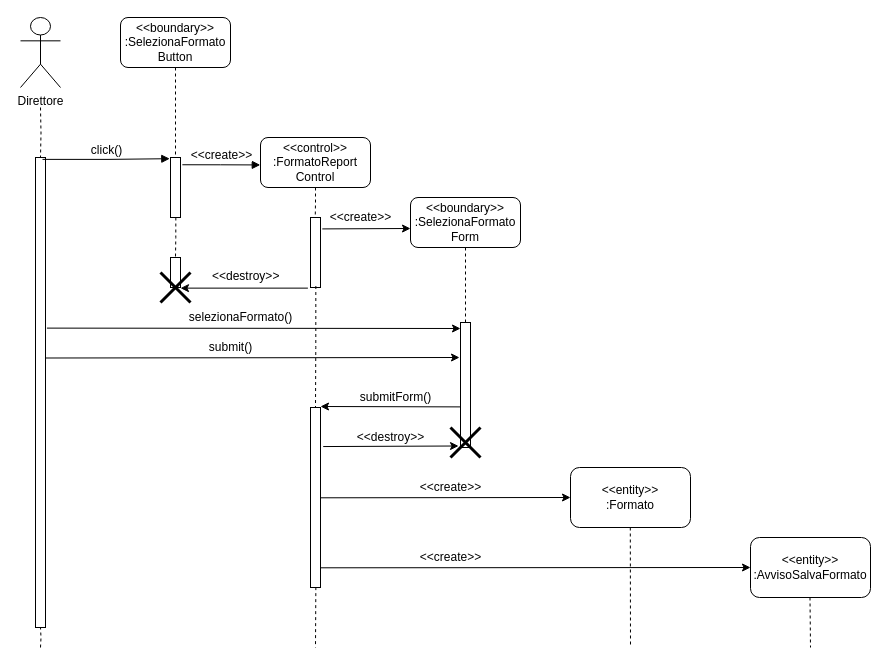
Above: Documentazione/Resources/Sequence Diagram/Sequence Diagram FormatReport.drawio in Alberto-00/EasyPass (draw.io), before the change. Source tidied: cells renumbered, new cells numbered last; positions are measured from the earlier drawing's top-left corner, leaving out a move shared by most shapes. Both pictures are drawn from the tidied source at 100%, with x=0, y=0 at pixel (20, 17).
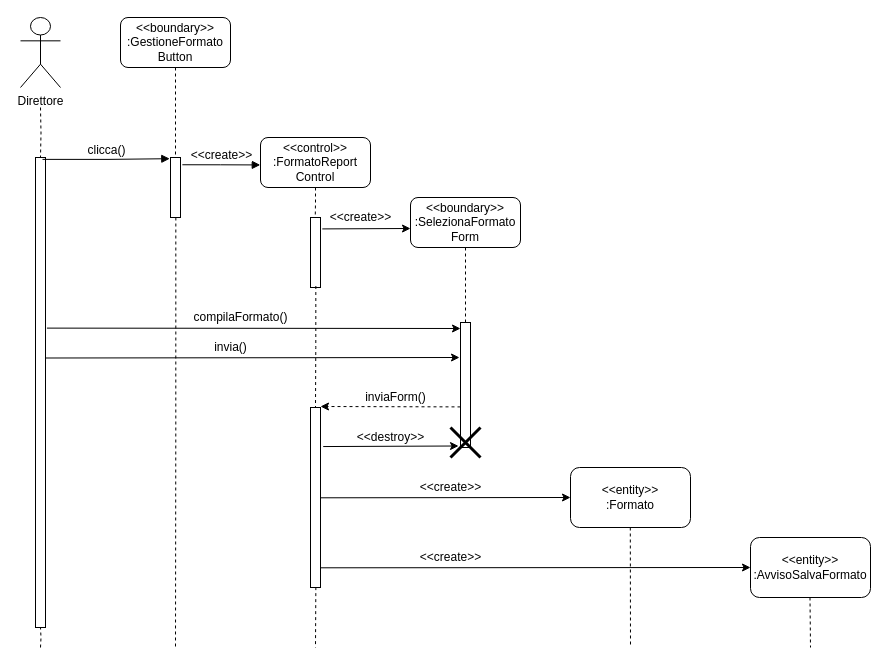
The same diagram, later.

Commit message (it also covers changes not shown here):
Sequence Diagram

Unchanged cells that the change refers to:
```xml
<mxCell id="4" style="html=1;points=[];perimeter=orthogonalPerimeter;" parent="1" vertex="1">
  <mxGeometry x="15" y="140" width="10" height="470" as="geometry" />
</mxCell>
<mxCell id="8" style="html=1;points=[];perimeter=orthogonalPerimeter;" parent="1" vertex="1">
  <mxGeometry x="150" y="140" width="10" height="60" as="geometry" />
</mxCell>
<mxCell id="12" style="html=1;points=[];perimeter=orthogonalPerimeter;" parent="1" vertex="1">
  <mxGeometry x="290" y="200" width="10" height="70" as="geometry" />
</mxCell>
```

Diff of the diagram source:
```diff
@@
-    <mxCell id="5" value="&lt;font style=&quot;font-size: 12px&quot;&gt;click()&lt;/font&gt;" style="html=1;verticalAlign=bottom;endArrow=block;rounded=0;edgeStyle=orthogonalEdgeStyle;entryX=-0.071;entryY=0.02;entryDx=0;entryDy=0;entryPerimeter=0;exitX=0.7;exitY=0.004;exitDx=0;exitDy=0;exitPerimeter=0;" parent="1" edge="1" source="4" target="8">
+    <mxCell id="5" value="&lt;font style=&quot;font-size: 12px&quot;&gt;clicca()&lt;/font&gt;" style="html=1;verticalAlign=bottom;endArrow=block;rounded=0;edgeStyle=orthogonalEdgeStyle;entryX=-0.071;entryY=0.02;entryDx=0;entryDy=0;entryPerimeter=0;exitX=0.7;exitY=0.004;exitDx=0;exitDy=0;exitPerimeter=0;" parent="1" edge="1" source="4" target="8">
       <mxGeometry relative="1" as="geometry" />
     </mxCell>
-    <mxCell id="6" value="&lt;font style=&quot;font-size: 12px&quot;&gt;&amp;lt;&amp;lt;boundary&amp;gt;&amp;gt;&lt;br&gt;:SelezionaFormato&lt;br&gt;Button&lt;/font&gt;" style="rounded=1;whiteSpace=wrap;html=1;" parent="1" vertex="1">
+    <mxCell id="6" value="&lt;font style=&quot;font-size: 12px&quot;&gt;&amp;lt;&amp;lt;boundary&amp;gt;&amp;gt;&lt;br&gt;:GestioneFormato&lt;br&gt;Button&lt;/font&gt;" style="rounded=1;whiteSpace=wrap;html=1;" parent="1" vertex="1">
       <mxGeometry x="100" width="110" height="50" as="geometry" />
     </mxCell>
@@
-    <mxCell id="20" style="html=1;points=[];perimeter=orthogonalPerimeter;" parent="1" vertex="1">
-      <mxGeometry x="150" y="240" width="10" height="30" as="geometry" />
-    </mxCell>
-    <mxCell id="21" style="endArrow=none;dashed=1;html=1;rounded=0;edgeStyle=orthogonalEdgeStyle;exitX=0.533;exitY=1;exitDx=0;exitDy=0;exitPerimeter=0;" parent="1" edge="1" source="8" target="20">
-      <mxGeometry relative="1" as="geometry" />
+    <mxCell id="21" style="endArrow=none;dashed=1;html=1;rounded=0;edgeStyle=orthogonalEdgeStyle;exitX=0.533;exitY=1;exitDx=0;exitDy=0;exitPerimeter=0;" parent="1" edge="1" source="8">
+      <mxGeometry relative="1" as="geometry">
+        <mxPoint x="155" y="630" as="targetPoint" />
+      </mxGeometry>
     </mxCell>
-    <mxCell id="22" style="shape=umlDestroy;whiteSpace=wrap;html=1;strokeWidth=3;" parent="1" vertex="1">
-      <mxGeometry x="140" y="255" width="30" height="30" as="geometry" />
-    </mxCell>
-    <mxCell id="23" style="endArrow=classic;html=1;rounded=0;fontFamily=Helvetica;fontSize=12;exitX=-0.26;exitY=1.009;exitDx=0;exitDy=0;exitPerimeter=0;entryX=0.667;entryY=0.521;entryDx=0;entryDy=0;entryPerimeter=0;" parent="1" edge="1" source="12" target="22">
-      <mxGeometry relative="1" as="geometry" />
-    </mxCell>
-    <mxCell id="24" value="&lt;span style=&quot;color: rgb(0, 0, 0); font-family: helvetica; font-size: 12px; font-style: normal; font-weight: 400; letter-spacing: normal; text-align: center; text-indent: 0px; text-transform: none; word-spacing: 0px; background-color: rgb(255, 255, 255); display: inline; float: none;&quot;&gt;&amp;lt;&amp;lt;destroy&amp;gt;&amp;gt;&lt;/span&gt;" style="text;whiteSpace=wrap;html=1;fontSize=12;fontFamily=Helvetica;" parent="1" vertex="1">
-      <mxGeometry x="190" y="245" width="90" height="30" as="geometry" />
-    </mxCell>
@@
-    <mxCell id="28" value="selezionaFormato()" style="text;html=1;align=center;verticalAlign=middle;strokeColor=none;fillColor=none;fontSize=12;fontFamily=Helvetica;" parent="1" vertex="1">
-      <mxGeometry x="160" y="290" width="120" height="20" as="geometry" />
+    <mxCell id="28" value="compilaFormato()" style="text;html=1;align=center;verticalAlign=middle;strokeColor=none;fillColor=none;fontSize=12;fontFamily=Helvetica;" parent="1" vertex="1">
+      <mxGeometry x="165" y="290" width="110" height="20" as="geometry" />
     </mxCell>
@@
-    <mxCell id="30" value="submit()" style="text;html=1;align=center;verticalAlign=middle;strokeColor=none;fillColor=none;fontSize=12;fontFamily=Helvetica;" parent="1" vertex="1">
-      <mxGeometry x="180" y="320" width="60" height="20" as="geometry" />
+    <mxCell id="30" value="invia()" style="text;html=1;align=center;verticalAlign=middle;strokeColor=none;fillColor=none;fontSize=12;fontFamily=Helvetica;" parent="1" vertex="1">
+      <mxGeometry x="185" y="320" width="50" height="20" as="geometry" />
     </mxCell>
-    <mxCell id="31" style="endArrow=classic;html=1;rounded=0;fontFamily=Helvetica;fontSize=12;" parent="1" edge="1">
+    <mxCell id="31" style="endArrow=classic;html=1;rounded=0;fontFamily=Helvetica;fontSize=12;dashed=1;" parent="1" edge="1">
       <mxGeometry relative="1" as="geometry">
         <mxPoint x="440" y="389.4" as="sourcePoint" />
         <mxPoint x="300" y="389" as="targetPoint" />
       </mxGeometry>
     </mxCell>
-    <mxCell id="32" value="submitForm()" style="text;html=1;align=center;verticalAlign=middle;strokeColor=none;fillColor=none;fontSize=12;fontFamily=Helvetica;" parent="1" vertex="1">
-      <mxGeometry x="330" y="370" width="90" height="20" as="geometry" />
+    <mxCell id="32" value="inviaForm()" style="text;html=1;align=center;verticalAlign=middle;strokeColor=none;fillColor=none;fontSize=12;fontFamily=Helvetica;" parent="1" vertex="1">
+      <mxGeometry x="335" y="370" width="80" height="20" as="geometry" />
     </mxCell>
```
